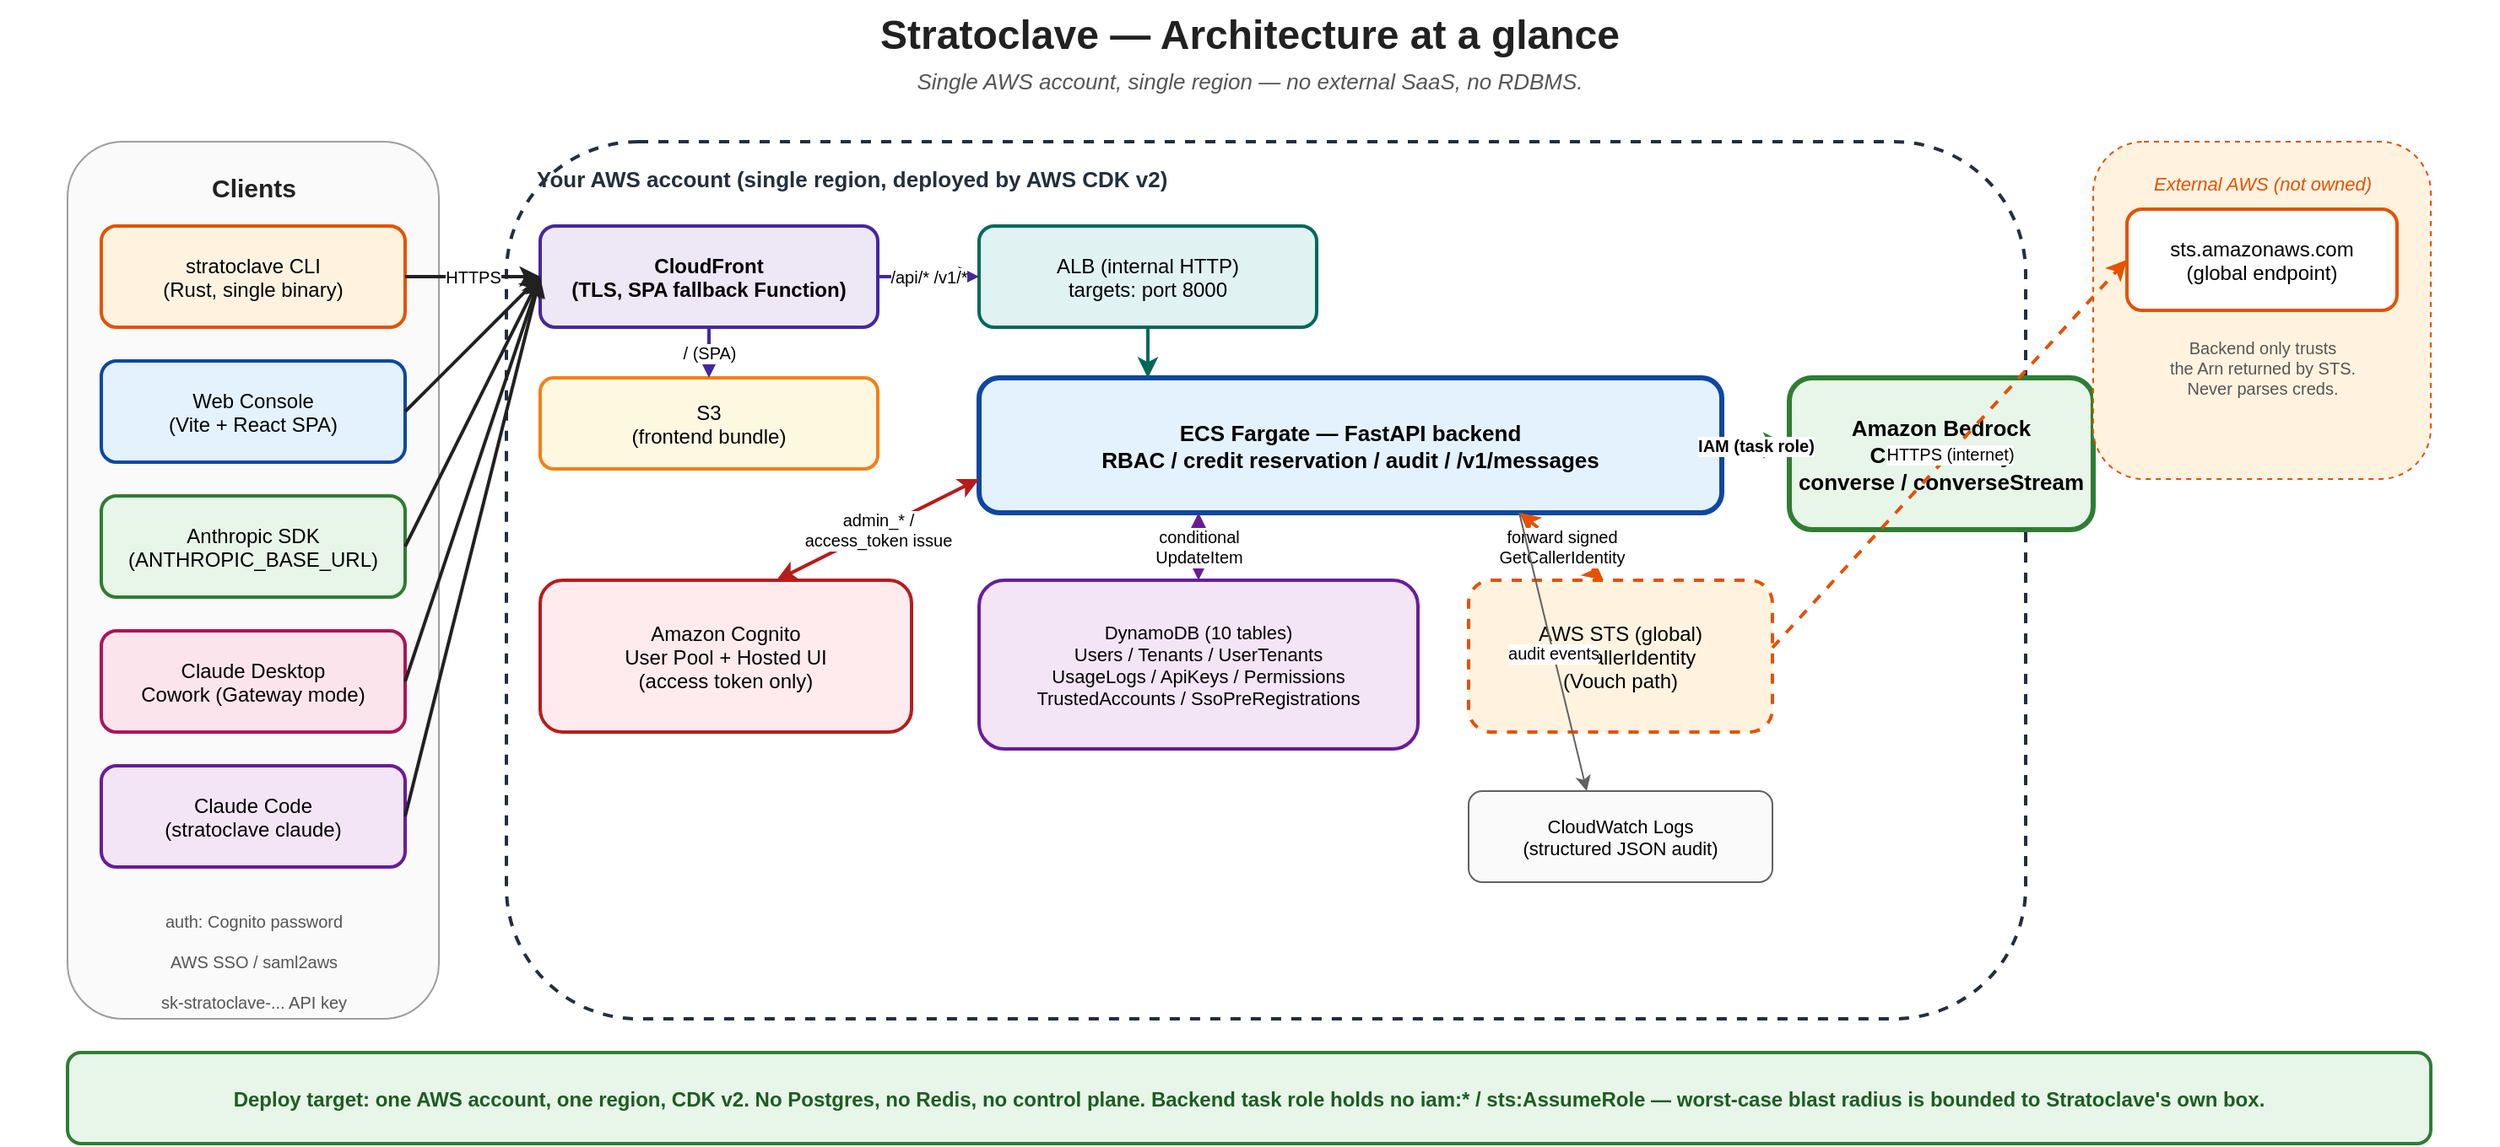
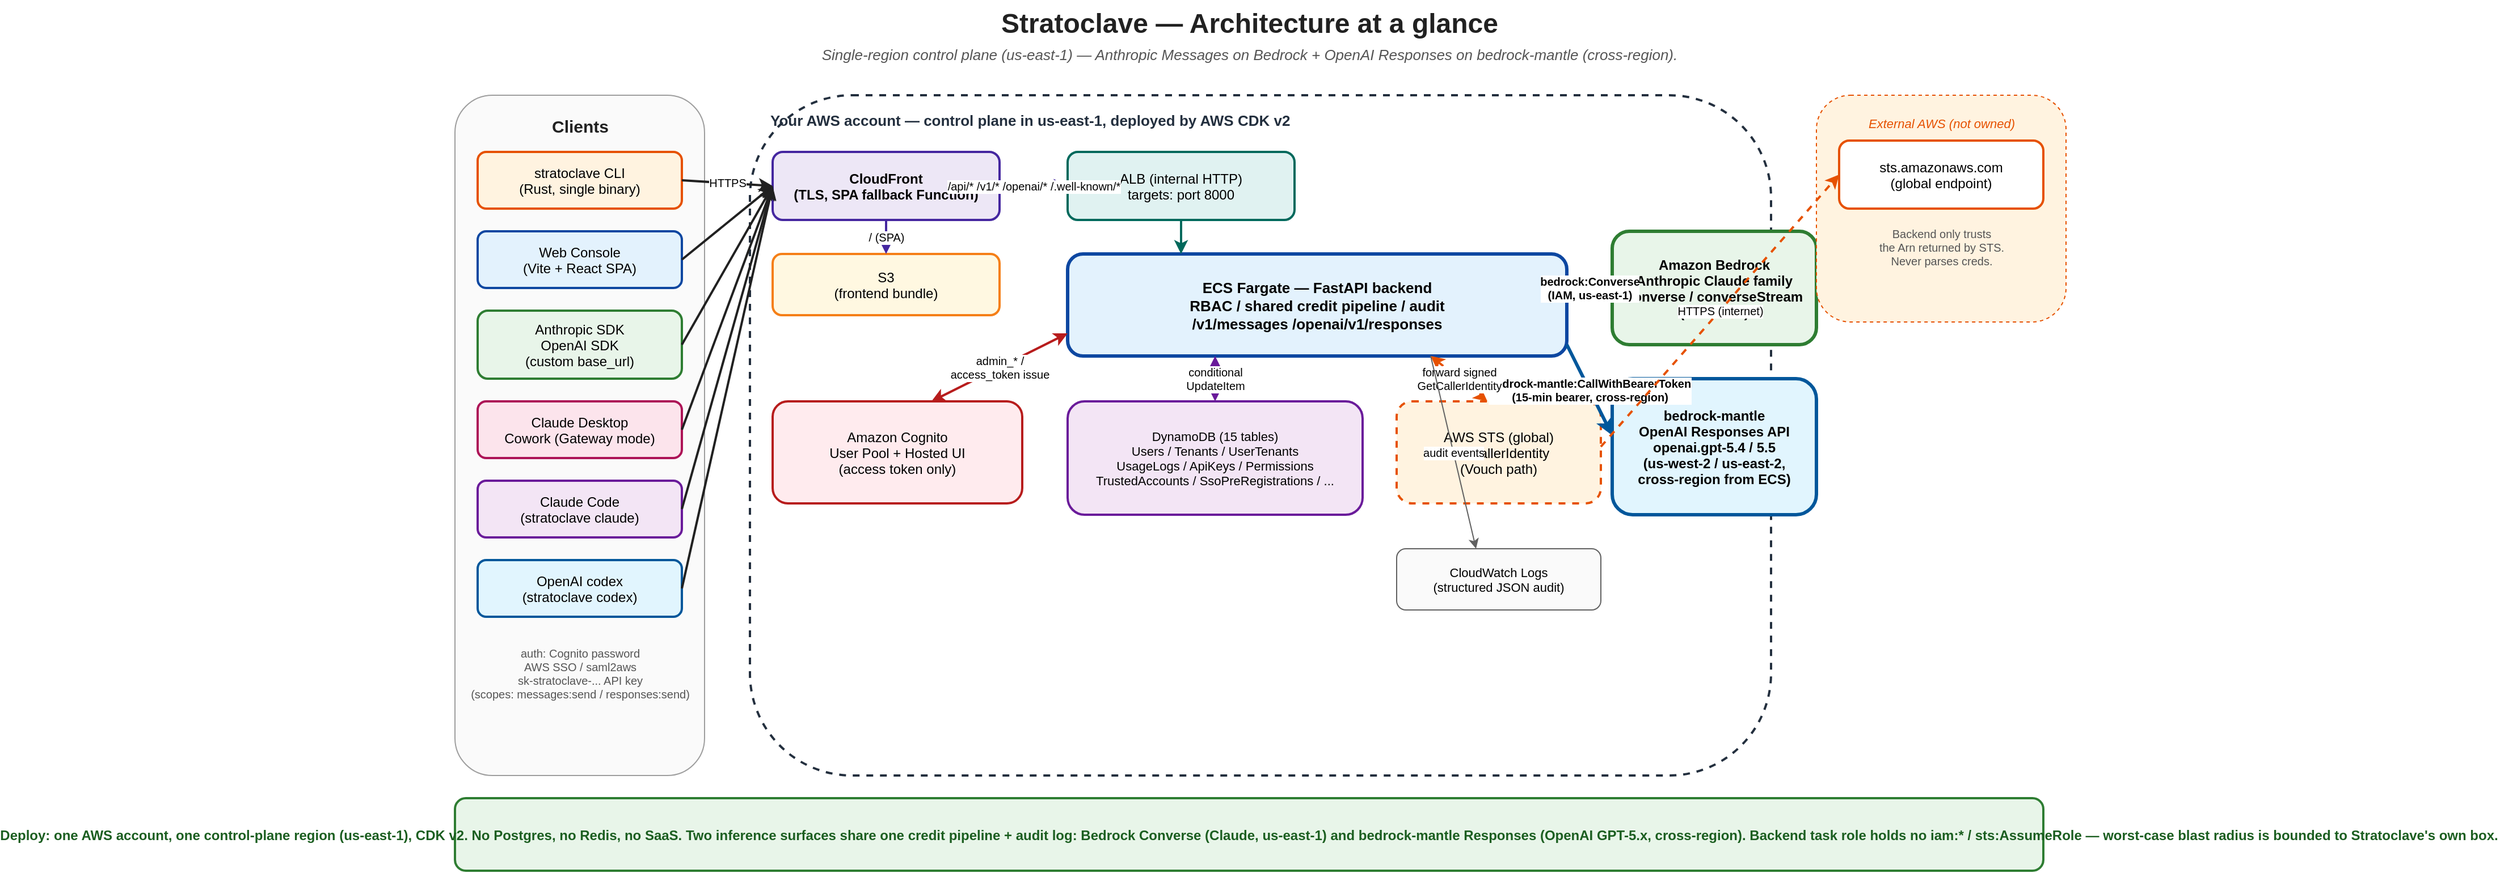
- <mxGraphModel dx="1480" dy="900" grid="1" gridSize="10" guides="1" tooltips="1" connect="1" arrows="1" fold="1" page="1" pageScale="1" pageWidth="1480" pageHeight="900" math="0" shadow="0">
+ <mxGraphModel dx="1480" dy="980" grid="1" gridSize="10" guides="1" tooltips="1" connect="1" arrows="1" fold="1" page="1" pageScale="1" pageWidth="1480" pageHeight="980" math="0" shadow="0">
  <root>
    <mxCell id="0"/>
    <mxCell id="1" parent="0"/>

    <mxCell id="title" value="Stratoclave — Architecture at a glance"
      style="text;html=1;align=center;fontSize=24;fontStyle=1;fontColor=#212121;"
      vertex="1" parent="1">
      <mxGeometry x="0" y="16" width="1480" height="34" as="geometry"/>
    </mxCell>

-     <mxCell id="subtitle" value="Single AWS account, single region — no external SaaS, no RDBMS."
+     <mxCell id="subtitle" value="Single-region control plane (us-east-1) — Anthropic Messages on Bedrock + OpenAI Responses on bedrock-mantle (cross-region)."
      style="text;html=1;align=center;fontSize=13;fontStyle=2;fontColor=#555555;"
      vertex="1" parent="1">
      <mxGeometry x="0" y="50" width="1480" height="22" as="geometry"/>
    </mxCell>

    <mxCell id="client_panel" value=""
      style="rounded=1;fillColor=#FAFAFA;strokeColor=#9E9E9E;strokeWidth=1;"
      vertex="1" parent="1">
-       <mxGeometry x="40" y="100" width="220" height="520" as="geometry"/>
+       <mxGeometry x="40" y="100" width="220" height="600" as="geometry"/>
    </mxCell>
    <mxCell id="client_title" value="Clients"
      style="text;html=1;align=center;fontSize=15;fontStyle=1;fontColor=#212121;"
      vertex="1" parent="1">
      <mxGeometry x="40" y="112" width="220" height="24" as="geometry"/>
    </mxCell>
    <mxCell id="cli_box" value="stratoclave CLI&#10;(Rust, single binary)"
      style="rounded=1;fillColor=#FFF3E0;strokeColor=#E65100;strokeWidth=2;fontSize=12;align=center;verticalAlign=middle;"
      vertex="1" parent="1">
-       <mxGeometry x="60" y="150" width="180" height="60" as="geometry"/>
+       <mxGeometry x="60" y="150" width="180" height="50" as="geometry"/>
    </mxCell>
    <mxCell id="webui_box" value="Web Console&#10;(Vite + React SPA)"
      style="rounded=1;fillColor=#E3F2FD;strokeColor=#0D47A1;strokeWidth=2;fontSize=12;align=center;verticalAlign=middle;"
      vertex="1" parent="1">
-       <mxGeometry x="60" y="230" width="180" height="60" as="geometry"/>
-     </mxCell>
-     <mxCell id="sdk_box" value="Anthropic SDK&#10;(ANTHROPIC_BASE_URL)"
+       <mxGeometry x="60" y="220" width="180" height="50" as="geometry"/>
+     </mxCell>
+     <mxCell id="sdk_box" value="Anthropic SDK&#10;OpenAI SDK&#10;(custom base_url)"
      style="rounded=1;fillColor=#E8F5E9;strokeColor=#2E7D32;strokeWidth=2;fontSize=12;align=center;verticalAlign=middle;"
      vertex="1" parent="1">
-       <mxGeometry x="60" y="310" width="180" height="60" as="geometry"/>
+       <mxGeometry x="60" y="290" width="180" height="60" as="geometry"/>
    </mxCell>
    <mxCell id="cowork_box" value="Claude Desktop&#10;Cowork (Gateway mode)"
      style="rounded=1;fillColor=#FCE4EC;strokeColor=#AD1457;strokeWidth=2;fontSize=12;align=center;verticalAlign=middle;"
      vertex="1" parent="1">
-       <mxGeometry x="60" y="390" width="180" height="60" as="geometry"/>
+       <mxGeometry x="60" y="370" width="180" height="50" as="geometry"/>
    </mxCell>
    <mxCell id="claude_code_box" value="Claude Code&#10;(stratoclave claude)"
      style="rounded=1;fillColor=#F3E5F5;strokeColor=#6A1B9A;strokeWidth=2;fontSize=12;align=center;verticalAlign=middle;"
      vertex="1" parent="1">
-       <mxGeometry x="60" y="470" width="180" height="60" as="geometry"/>
-     </mxCell>
-     <mxCell id="client_auth_note" value="auth: Cognito password&#10;&#10;AWS SSO / saml2aws&#10;&#10;sk-stratoclave-... API key"
+       <mxGeometry x="60" y="440" width="180" height="50" as="geometry"/>
+     </mxCell>
+     <mxCell id="codex_box" value="OpenAI codex&#10;(stratoclave codex)"
+       style="rounded=1;fillColor=#E1F5FE;strokeColor=#01579B;strokeWidth=2;fontSize=12;align=center;verticalAlign=middle;"
+       vertex="1" parent="1">
+       <mxGeometry x="60" y="510" width="180" height="50" as="geometry"/>
+     </mxCell>
+     <mxCell id="client_auth_note" value="auth: Cognito password&#10;AWS SSO / saml2aws&#10;sk-stratoclave-... API key&#10;(scopes: messages:send / responses:send)"
      style="text;html=1;align=center;fontSize=10;fontColor=#555;"
      vertex="1" parent="1">
-       <mxGeometry x="60" y="550" width="180" height="60" as="geometry"/>
+       <mxGeometry x="60" y="580" width="180" height="80" as="geometry"/>
    </mxCell>

    <mxCell id="aws_panel" value=""
      style="rounded=1;fillColor=#FFFFFF;strokeColor=#232F3E;strokeWidth=2;dashed=1;"
      vertex="1" parent="1">
-       <mxGeometry x="300" y="100" width="900" height="520" as="geometry"/>
-     </mxCell>
-     <mxCell id="aws_title" value="Your AWS account (single region, deployed by AWS CDK v2)"
+       <mxGeometry x="300" y="100" width="900" height="600" as="geometry"/>
+     </mxCell>
+     <mxCell id="aws_title" value="Your AWS account — control plane in us-east-1, deployed by AWS CDK v2"
      style="text;html=1;align=left;fontSize=13;fontStyle=1;fontColor=#232F3E;"
      vertex="1" parent="1">
      <mxGeometry x="316" y="108" width="870" height="22" as="geometry"/>
    </mxCell>

    <mxCell id="cf_box" value="CloudFront&#10;(TLS, SPA fallback Function)"
      style="rounded=1;fillColor=#EDE7F6;strokeColor=#4527A0;strokeWidth=2;fontSize=12;fontStyle=1;align=center;verticalAlign=middle;"
      vertex="1" parent="1">
      <mxGeometry x="320" y="150" width="200" height="60" as="geometry"/>
    </mxCell>
    <mxCell id="s3_box" value="S3&#10;(frontend bundle)"
      style="rounded=1;fillColor=#FFF8E1;strokeColor=#F57F17;strokeWidth=2;fontSize=12;align=center;verticalAlign=middle;"
      vertex="1" parent="1">
      <mxGeometry x="320" y="240" width="200" height="54" as="geometry"/>
    </mxCell>
    <mxCell id="alb_box" value="ALB (internal HTTP)&#10;targets: port 8000"
      style="rounded=1;fillColor=#E0F2F1;strokeColor=#00695C;strokeWidth=2;fontSize=12;align=center;verticalAlign=middle;"
      vertex="1" parent="1">
      <mxGeometry x="580" y="150" width="200" height="60" as="geometry"/>
    </mxCell>

-     <mxCell id="backend_box" value="ECS Fargate — FastAPI backend&#10;RBAC / credit reservation / audit / /v1/messages"
+     <mxCell id="backend_box" value="ECS Fargate — FastAPI backend&#10;RBAC / shared credit pipeline / audit&#10;/v1/messages   /openai/v1/responses"
      style="rounded=1;fillColor=#E3F2FD;strokeColor=#0D47A1;strokeWidth=3;fontSize=13;fontStyle=1;align=center;verticalAlign=middle;"
      vertex="1" parent="1">
-       <mxGeometry x="580" y="240" width="440" height="80" as="geometry"/>
+       <mxGeometry x="580" y="240" width="440" height="90" as="geometry"/>
    </mxCell>

    <mxCell id="cognito_box" value="Amazon Cognito&#10;User Pool + Hosted UI&#10;(access token only)"
      style="rounded=1;fillColor=#FFEBEE;strokeColor=#B71C1C;strokeWidth=2;fontSize=12;align=center;verticalAlign=middle;"
      vertex="1" parent="1">
-       <mxGeometry x="320" y="360" width="220" height="90" as="geometry"/>
-     </mxCell>
- 
-     <mxCell id="dynamo_box" value="DynamoDB (10 tables)&#10;Users / Tenants / UserTenants&#10;UsageLogs / ApiKeys / Permissions&#10;TrustedAccounts / SsoPreRegistrations"
+       <mxGeometry x="320" y="370" width="220" height="90" as="geometry"/>
+     </mxCell>
+ 
+     <mxCell id="dynamo_box" value="DynamoDB (15 tables)&#10;Users / Tenants / UserTenants&#10;UsageLogs / ApiKeys / Permissions&#10;TrustedAccounts / SsoPreRegistrations / ..."
      style="rounded=1;fillColor=#F3E5F5;strokeColor=#6A1B9A;strokeWidth=2;fontSize=11;align=center;verticalAlign=middle;"
      vertex="1" parent="1">
-       <mxGeometry x="580" y="360" width="260" height="100" as="geometry"/>
+       <mxGeometry x="580" y="370" width="260" height="100" as="geometry"/>
    </mxCell>

    <mxCell id="sts_box" value="AWS STS (global)&#10;GetCallerIdentity&#10;(Vouch path)"
      style="rounded=1;fillColor=#FFF3E0;strokeColor=#E65100;strokeWidth=2;dashed=1;fontSize=12;align=center;verticalAlign=middle;"
      vertex="1" parent="1">
-       <mxGeometry x="870" y="360" width="180" height="90" as="geometry"/>
-     </mxCell>
- 
-     <mxCell id="bedrock_box" value="Amazon Bedrock&#10;Claude family&#10;converse / converseStream"
-       style="rounded=1;fillColor=#E8F5E9;strokeColor=#2E7D32;strokeWidth=3;fontSize=13;fontStyle=1;align=center;verticalAlign=middle;"
-       vertex="1" parent="1">
-       <mxGeometry x="1060" y="240" width="180" height="90" as="geometry"/>
+       <mxGeometry x="870" y="370" width="180" height="90" as="geometry"/>
+     </mxCell>
+ 
+     <mxCell id="bedrock_box" value="Amazon Bedrock&#10;Anthropic Claude family&#10;converse / converseStream&#10;(us-east-1)"
+       style="rounded=1;fillColor=#E8F5E9;strokeColor=#2E7D32;strokeWidth=3;fontSize=12;fontStyle=1;align=center;verticalAlign=middle;"
+       vertex="1" parent="1">
+       <mxGeometry x="1060" y="220" width="180" height="100" as="geometry"/>
+     </mxCell>
+ 
+     <mxCell id="mantle_box" value="bedrock-mantle&#10;OpenAI Responses API&#10;openai.gpt-5.4 / 5.5&#10;(us-west-2 / us-east-2,&#10;cross-region from ECS)"
+       style="rounded=1;fillColor=#E1F5FE;strokeColor=#01579B;strokeWidth=3;fontSize=12;fontStyle=1;align=center;verticalAlign=middle;"
+       vertex="1" parent="1">
+       <mxGeometry x="1060" y="350" width="180" height="120" as="geometry"/>
    </mxCell>

    <mxCell id="cw_box" value="CloudWatch Logs&#10;(structured JSON audit)"
      style="rounded=1;fillColor=#FAFAFA;strokeColor=#616161;strokeWidth=1;fontSize=11;align=center;verticalAlign=middle;"
      vertex="1" parent="1">
-       <mxGeometry x="870" y="485" width="180" height="54" as="geometry"/>
+       <mxGeometry x="870" y="500" width="180" height="54" as="geometry"/>
    </mxCell>

    <mxCell id="ext_sts_panel" value=""
      style="rounded=1;fillColor=#FFF3E0;strokeColor=#E65100;strokeWidth=1;dashed=1;"
      vertex="1" parent="1">
-       <mxGeometry x="1240" y="100" width="200" height="200" as="geometry"/>
+       <mxGeometry x="1240" y="100" width="220" height="200" as="geometry"/>
    </mxCell>
    <mxCell id="ext_sts_title" value="External AWS (not owned)"
      style="text;html=1;align=center;fontSize=11;fontStyle=2;fontColor=#E65100;"
      vertex="1" parent="1">
-       <mxGeometry x="1240" y="112" width="200" height="20" as="geometry"/>
+       <mxGeometry x="1240" y="112" width="220" height="20" as="geometry"/>
    </mxCell>
    <mxCell id="ext_sts_box" value="sts.amazonaws.com&#10;(global endpoint)"
      style="rounded=1;fillColor=#FFFFFF;strokeColor=#E65100;strokeWidth=2;fontSize=12;align=center;verticalAlign=middle;"
      vertex="1" parent="1">
-       <mxGeometry x="1260" y="140" width="160" height="60" as="geometry"/>
+       <mxGeometry x="1260" y="140" width="180" height="60" as="geometry"/>
    </mxCell>
    <mxCell id="ext_sts_note" value="Backend only trusts&#10;the Arn returned by STS.&#10;Never parses creds."
      style="text;html=1;align=center;fontSize=10;fontColor=#555;"
      vertex="1" parent="1">
-       <mxGeometry x="1260" y="210" width="160" height="60" as="geometry"/>
+       <mxGeometry x="1260" y="210" width="180" height="60" as="geometry"/>
    </mxCell>

    <mxCell id="e_cli_cf" value="HTTPS" style="endArrow=classic;html=1;strokeColor=#212121;strokeWidth=2;fontSize=10;" edge="1" parent="1">
      <mxGeometry relative="1" as="geometry">
-         <mxPoint x="240" y="180" as="sourcePoint"/>
+         <mxPoint x="240" y="175" as="sourcePoint"/>
        <mxPoint x="320" y="180" as="targetPoint"/>
      </mxGeometry>
    </mxCell>
    <mxCell id="e_web_cf" value="" style="endArrow=classic;html=1;strokeColor=#212121;strokeWidth=2;" edge="1" parent="1">
      <mxGeometry relative="1" as="geometry">
-         <mxPoint x="240" y="260" as="sourcePoint"/>
+         <mxPoint x="240" y="245" as="sourcePoint"/>
        <mxPoint x="320" y="180" as="targetPoint"/>
      </mxGeometry>
    </mxCell>
    <mxCell id="e_sdk_cf" value="" style="endArrow=classic;html=1;strokeColor=#212121;strokeWidth=2;" edge="1" parent="1">
      <mxGeometry relative="1" as="geometry">
-         <mxPoint x="240" y="340" as="sourcePoint"/>
+         <mxPoint x="240" y="320" as="sourcePoint"/>
        <mxPoint x="320" y="180" as="targetPoint"/>
      </mxGeometry>
    </mxCell>
    <mxCell id="e_cowork_cf" value="" style="endArrow=classic;html=1;strokeColor=#212121;strokeWidth=2;" edge="1" parent="1">
      <mxGeometry relative="1" as="geometry">
-         <mxPoint x="240" y="420" as="sourcePoint"/>
+         <mxPoint x="240" y="395" as="sourcePoint"/>
        <mxPoint x="320" y="180" as="targetPoint"/>
      </mxGeometry>
    </mxCell>
    <mxCell id="e_claudecode_cf" value="" style="endArrow=classic;html=1;strokeColor=#212121;strokeWidth=2;" edge="1" parent="1">
      <mxGeometry relative="1" as="geometry">
-         <mxPoint x="240" y="500" as="sourcePoint"/>
+         <mxPoint x="240" y="465" as="sourcePoint"/>
+         <mxPoint x="320" y="180" as="targetPoint"/>
+       </mxGeometry>
+     </mxCell>
+     <mxCell id="e_codex_cf" value="" style="endArrow=classic;html=1;strokeColor=#212121;strokeWidth=2;" edge="1" parent="1">
+       <mxGeometry relative="1" as="geometry">
+         <mxPoint x="240" y="535" as="sourcePoint"/>
        <mxPoint x="320" y="180" as="targetPoint"/>
      </mxGeometry>
    </mxCell>

    <mxCell id="e_cf_s3" value="/ (SPA)" style="endArrow=classic;html=1;strokeColor=#4527A0;strokeWidth=2;fontSize=10;" edge="1" parent="1">
      <mxGeometry relative="1" as="geometry">
        <mxPoint x="420" y="210" as="sourcePoint"/>
        <mxPoint x="420" y="240" as="targetPoint"/>
      </mxGeometry>
    </mxCell>
-     <mxCell id="e_cf_alb" value="/api/* /v1/*" style="endArrow=classic;html=1;strokeColor=#4527A0;strokeWidth=2;fontSize=10;" edge="1" parent="1">
+     <mxCell id="e_cf_alb" value="/api/* /v1/* /openai/* /.well-known/*" style="endArrow=classic;html=1;strokeColor=#4527A0;strokeWidth=2;fontSize=10;" edge="1" parent="1">
      <mxGeometry relative="1" as="geometry">
        <mxPoint x="520" y="180" as="sourcePoint"/>
        <mxPoint x="580" y="180" as="targetPoint"/>
      </mxGeometry>
    </mxCell>
    <mxCell id="e_alb_backend" value="" style="endArrow=classic;html=1;strokeColor=#00695C;strokeWidth=2;" edge="1" parent="1">
      <mxGeometry relative="1" as="geometry">
        <mxPoint x="680" y="210" as="sourcePoint"/>
        <mxPoint x="680" y="240" as="targetPoint"/>
      </mxGeometry>
    </mxCell>

    <mxCell id="e_backend_cognito" value="admin_* /&#10;access_token issue" style="endArrow=classic;startArrow=classic;html=1;strokeColor=#B71C1C;strokeWidth=2;fontSize=10;" edge="1" parent="1">
      <mxGeometry relative="1" as="geometry">
-         <mxPoint x="580" y="300" as="sourcePoint"/>
-         <mxPoint x="460" y="360" as="targetPoint"/>
+         <mxPoint x="580" y="310" as="sourcePoint"/>
+         <mxPoint x="460" y="370" as="targetPoint"/>
      </mxGeometry>
    </mxCell>

    <mxCell id="e_backend_dynamo" value="conditional&#10;UpdateItem" style="endArrow=classic;startArrow=classic;html=1;strokeColor=#6A1B9A;strokeWidth=2;fontSize=10;" edge="1" parent="1">
      <mxGeometry relative="1" as="geometry">
-         <mxPoint x="710" y="320" as="sourcePoint"/>
-         <mxPoint x="710" y="360" as="targetPoint"/>
-       </mxGeometry>
-     </mxCell>
- 
-     <mxCell id="e_backend_bedrock" value="IAM (task role)" style="endArrow=classic;html=1;strokeColor=#2E7D32;strokeWidth=3;fontSize=10;fontStyle=1;" edge="1" parent="1">
-       <mxGeometry relative="1" as="geometry">
-         <mxPoint x="1020" y="280" as="sourcePoint"/>
-         <mxPoint x="1060" y="280" as="targetPoint"/>
+         <mxPoint x="710" y="330" as="sourcePoint"/>
+         <mxPoint x="710" y="370" as="targetPoint"/>
+       </mxGeometry>
+     </mxCell>
+ 
+     <mxCell id="e_backend_bedrock" value="bedrock:Converse&#10;(IAM, us-east-1)" style="endArrow=classic;html=1;strokeColor=#2E7D32;strokeWidth=3;fontSize=10;fontStyle=1;" edge="1" parent="1">
+       <mxGeometry relative="1" as="geometry">
+         <mxPoint x="1020" y="270" as="sourcePoint"/>
+         <mxPoint x="1060" y="270" as="targetPoint"/>
+       </mxGeometry>
+     </mxCell>
+ 
+     <mxCell id="e_backend_mantle" value="bedrock-mantle:CallWithBearerToken&#10;(15-min bearer, cross-region)" style="endArrow=classic;html=1;strokeColor=#01579B;strokeWidth=3;fontSize=10;fontStyle=1;" edge="1" parent="1">
+       <mxGeometry relative="1" as="geometry">
+         <mxPoint x="1020" y="320" as="sourcePoint"/>
+         <mxPoint x="1060" y="400" as="targetPoint"/>
      </mxGeometry>
    </mxCell>

    <mxCell id="e_backend_sts" value="forward signed&#10;GetCallerIdentity" style="endArrow=classic;startArrow=classic;html=1;strokeColor=#E65100;strokeWidth=2;fontSize=10;dashed=1;" edge="1" parent="1">
      <mxGeometry relative="1" as="geometry">
-         <mxPoint x="900" y="320" as="sourcePoint"/>
-         <mxPoint x="950" y="360" as="targetPoint"/>
+         <mxPoint x="900" y="330" as="sourcePoint"/>
+         <mxPoint x="950" y="370" as="targetPoint"/>
      </mxGeometry>
    </mxCell>

    <mxCell id="e_sts_ext" value="HTTPS (internet)" style="endArrow=classic;html=1;strokeColor=#E65100;strokeWidth=2;dashed=1;fontSize=10;" edge="1" parent="1">
      <mxGeometry relative="1" as="geometry">
-         <mxPoint x="1050" y="400" as="sourcePoint"/>
+         <mxPoint x="1050" y="410" as="sourcePoint"/>
        <mxPoint x="1260" y="170" as="targetPoint"/>
      </mxGeometry>
    </mxCell>

    <mxCell id="e_backend_cw" value="audit events" style="endArrow=classic;html=1;strokeColor=#616161;strokeWidth=1;fontSize=10;" edge="1" parent="1">
      <mxGeometry relative="1" as="geometry">
-         <mxPoint x="900" y="320" as="sourcePoint"/>
-         <mxPoint x="940" y="485" as="targetPoint"/>
-       </mxGeometry>
-     </mxCell>
- 
-     <mxCell id="takeaway_box" value="Deploy target: one AWS account, one region, CDK v2.  No Postgres, no Redis, no control plane.  Backend task role holds no iam:* / sts:AssumeRole — worst-case blast radius is bounded to Stratoclave&#39;s own box."
+         <mxPoint x="900" y="330" as="sourcePoint"/>
+         <mxPoint x="940" y="500" as="targetPoint"/>
+       </mxGeometry>
+     </mxCell>
+ 
+     <mxCell id="takeaway_box" value="Deploy: one AWS account, one control-plane region (us-east-1), CDK v2.  No Postgres, no Redis, no SaaS.  Two inference surfaces share one credit pipeline + audit log: Bedrock Converse (Claude, us-east-1) and bedrock-mantle Responses (OpenAI GPT-5.x, cross-region).  Backend task role holds no iam:* / sts:AssumeRole — worst-case blast radius is bounded to Stratoclave&#39;s own box."
      style="rounded=1;fillColor=#E8F5E9;strokeColor=#2E7D32;strokeWidth=2;fontSize=12;fontStyle=1;fontColor=#1B5E20;align=center;verticalAlign=middle;"
      vertex="1" parent="1">
-       <mxGeometry x="40" y="640" width="1400" height="54" as="geometry"/>
+       <mxGeometry x="40" y="720" width="1400" height="64" as="geometry"/>
    </mxCell>

  </root>
</mxGraphModel>
